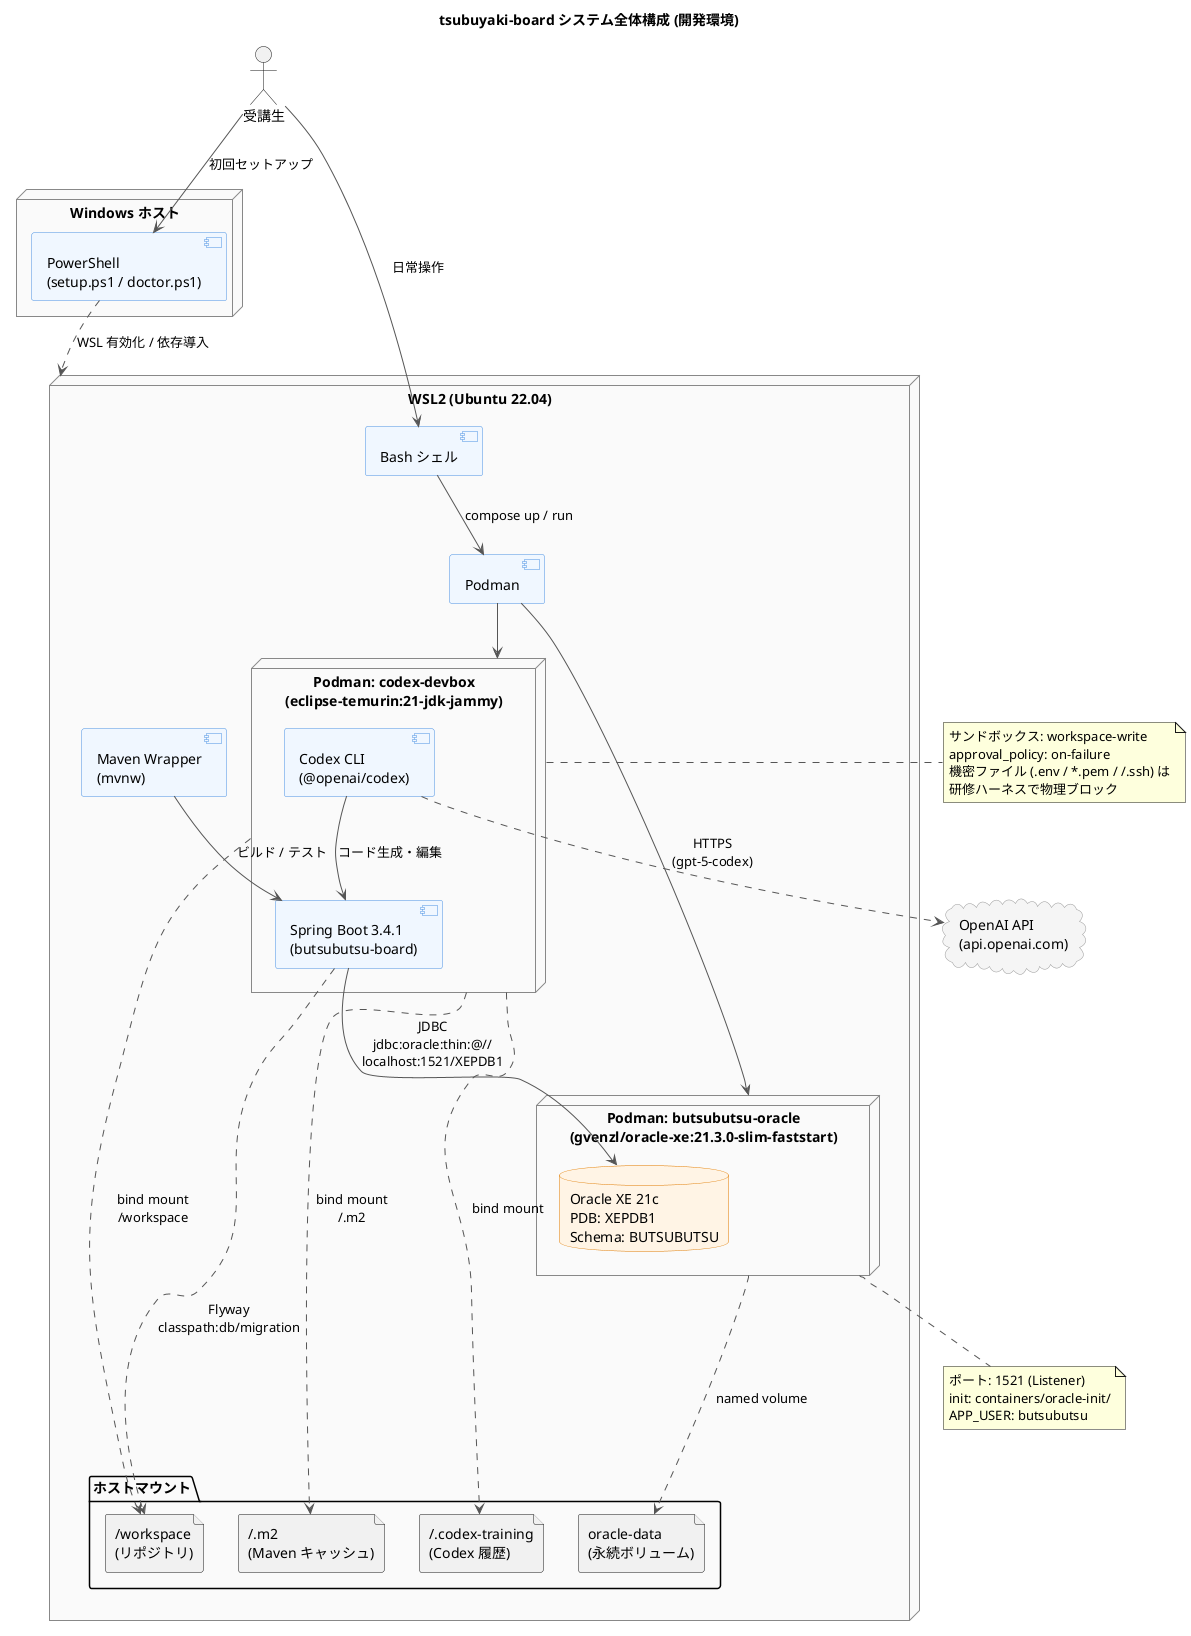
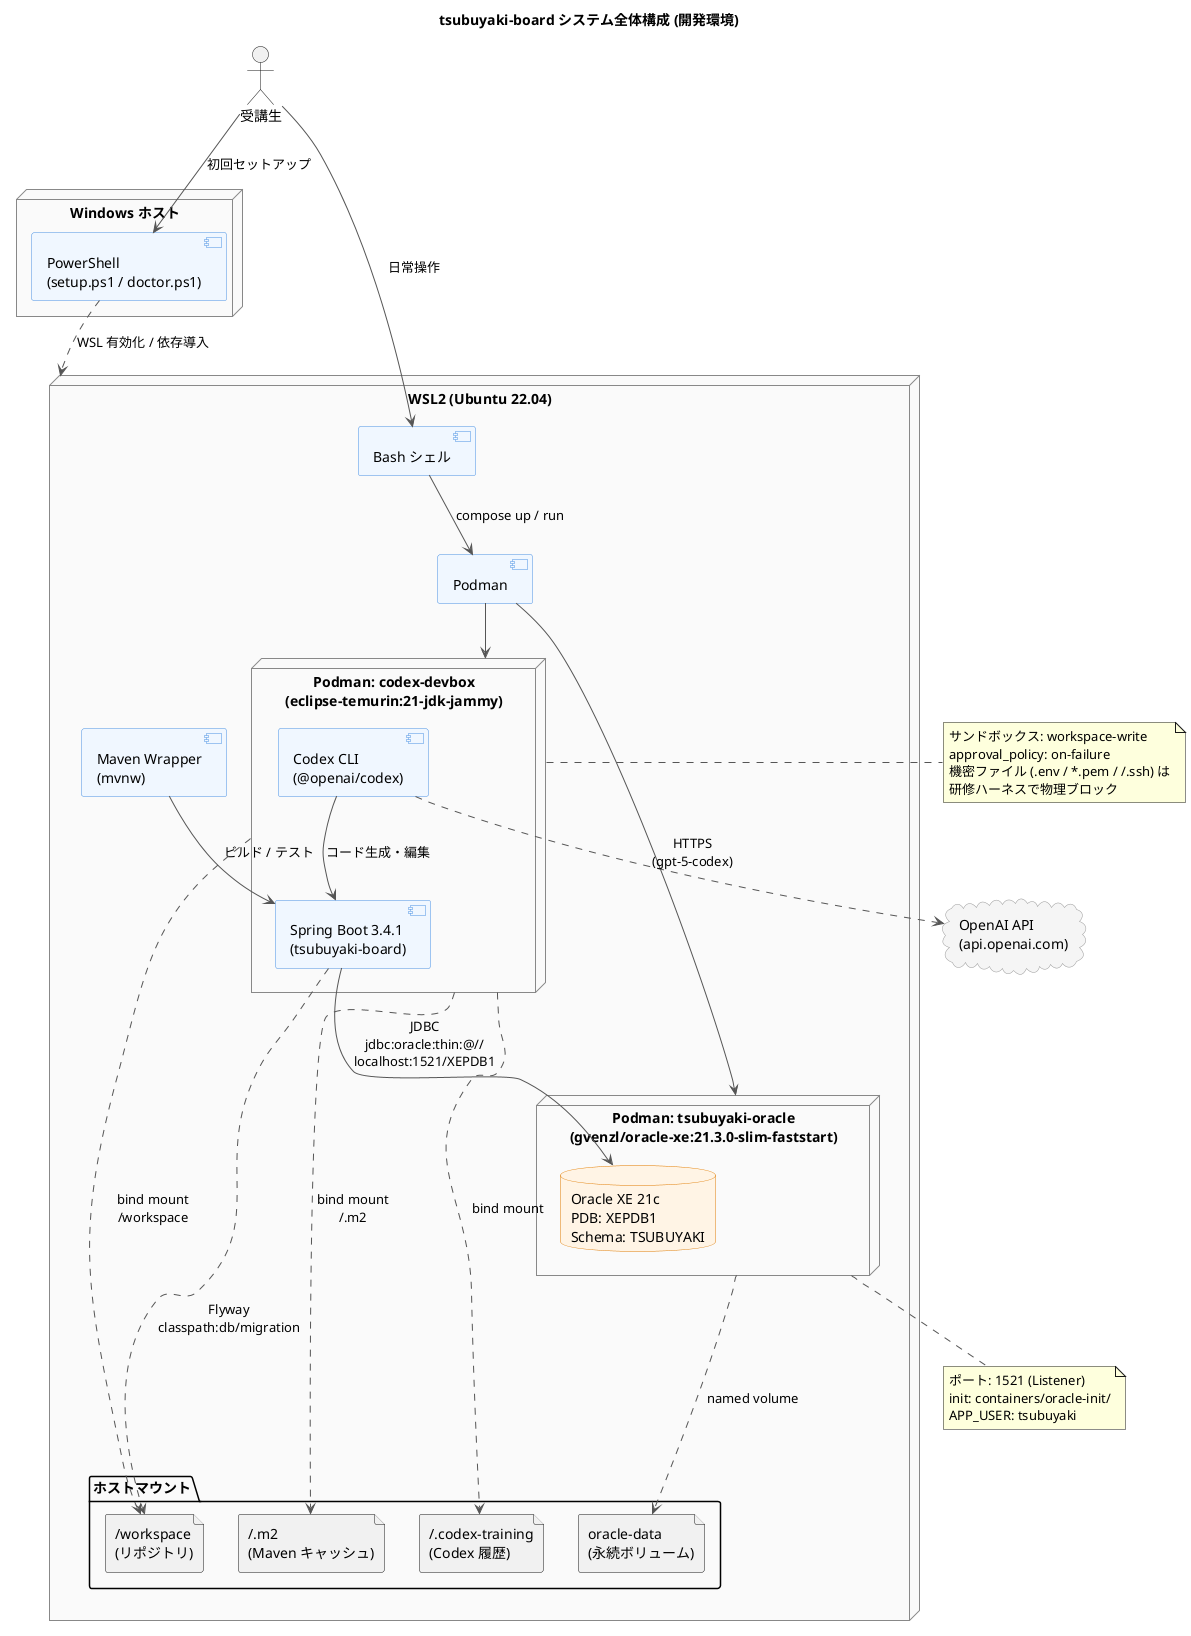
@startuml system-overview
title tsubuyaki-board システム全体構成 (開発環境)

skinparam shadowing false
skinparam defaultFontName "Yu Gothic UI"
skinparam ArrowColor #555555
skinparam node {
  BackgroundColor #FAFAFA
  BorderColor #888888
}
skinparam component {
  BackgroundColor #F0F7FF
  BorderColor #4A90E2
}
skinparam database {
  BackgroundColor #FFF4E5
  BorderColor #E07B00
}
skinparam cloud {
  BackgroundColor #F5F5F5
  BorderColor #999999
}

actor "受講生" as user

cloud "OpenAI API\n(api.openai.com)" as openai

node "Windows ホスト" as winhost {
  component "PowerShell\n(setup.ps1 / doctor.ps1)" as ps
}

node "WSL2 (Ubuntu 22.04)" as wsl {
  component "Bash シェル" as bash
  component "Maven Wrapper\n(mvnw)" as mvn
  component "Podman" as podman

-   node "Podman: butsubutsu-oracle\n(gvenzl/oracle-xe:21.3.0-slim-faststart)" as oracleCt {
-     database "Oracle XE 21c\nPDB: XEPDB1\nSchema: BUTSUBUTSU" as oracle
+   node "Podman: tsubuyaki-oracle\n(gvenzl/oracle-xe:21.3.0-slim-faststart)" as oracleCt {
+     database "Oracle XE 21c\nPDB: XEPDB1\nSchema: TSUBUYAKI" as oracle
  }

  node "Podman: codex-devbox\n(eclipse-temurin:21-jdk-jammy)" as codexCt {
    component "Codex CLI\n(@openai/codex)" as codex
-     component "Spring Boot 3.4.1\n(butsubutsu-board)" as spring
+     component "Spring Boot 3.4.1\n(tsubuyaki-board)" as spring
  }

  folder "ホストマウント" as mounts {
    file "/workspace\n(リポジトリ)" as repo
    file "~/.m2\n(Maven キャッシュ)" as m2
    file "~/.codex-training\n(Codex 履歴)" as codexHome
    file "oracle-data\n(永続ボリューム)" as oradata
  }
}

user --> ps : 初回セットアップ
user --> bash : 日常操作
ps ..> wsl : WSL 有効化 / 依存導入
bash --> podman : compose up / run
podman --> oracleCt
podman --> codexCt

codex --> spring : コード生成・編集
codex ..> openai : HTTPS\n(gpt-5-codex)
mvn --> spring : ビルド / テスト
spring --> oracle : JDBC\njdbc:oracle:thin:@//\nlocalhost:1521/XEPDB1
spring ..> repo : Flyway\nclasspath:db/migration

codexCt -.-> repo : bind mount\n/workspace
codexCt -.-> m2 : bind mount\n~/.m2
codexCt -.-> codexHome : bind mount
oracleCt -.-> oradata : named volume

note right of codexCt
  サンドボックス: workspace-write
  approval_policy: on-failure
  機密ファイル (.env / *.pem / ~/.ssh) は
  研修ハーネスで物理ブロック
end note

note bottom of oracleCt
  ポート: 1521 (Listener)
  init: containers/oracle-init/
-   APP_USER: butsubutsu
+   APP_USER: tsubuyaki
end note

@enduml
